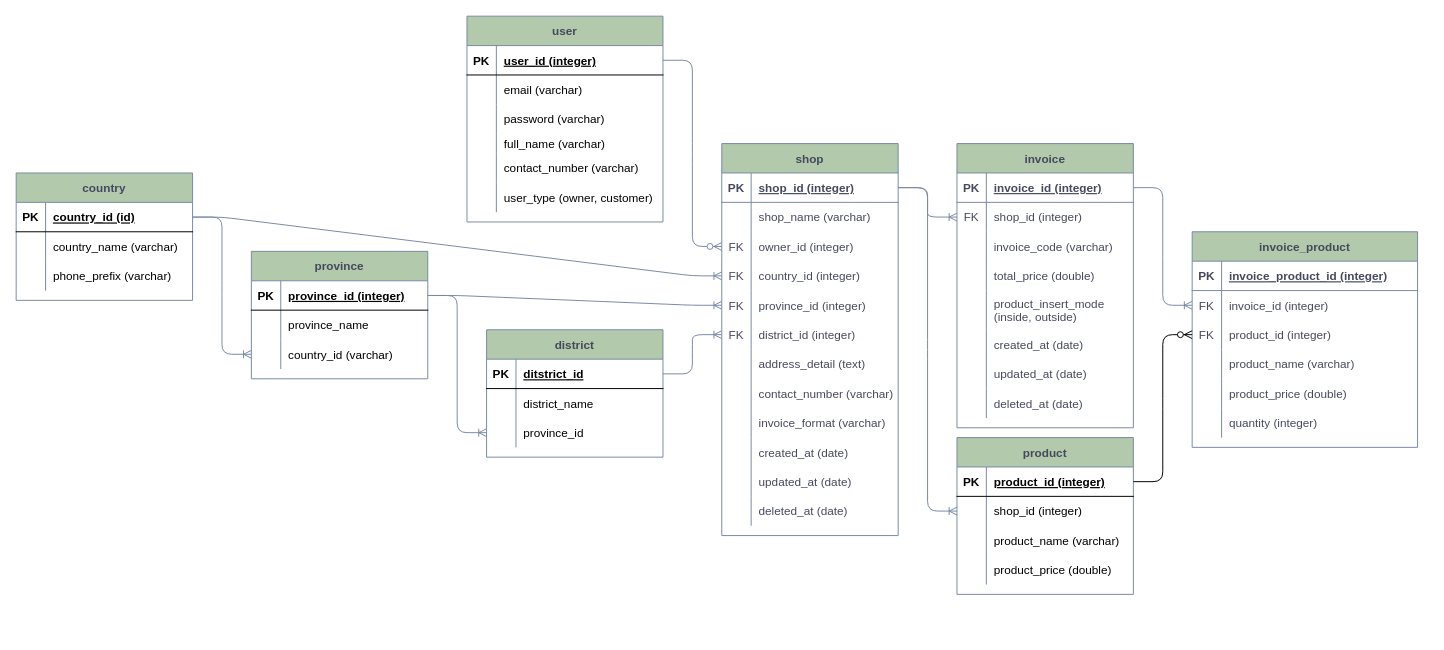
Earlier version of the draw.io diagram not-e.drawio (mrandi96/side_projects). Source tidied: cells renumbered, new cells numbered last; positions are measured from the earlier drawing's top-left corner, leaving out a move shared by most shapes. Both pictures are drawn from the tidied source at 98%, with x=0, y=0 at pixel (16, 16).
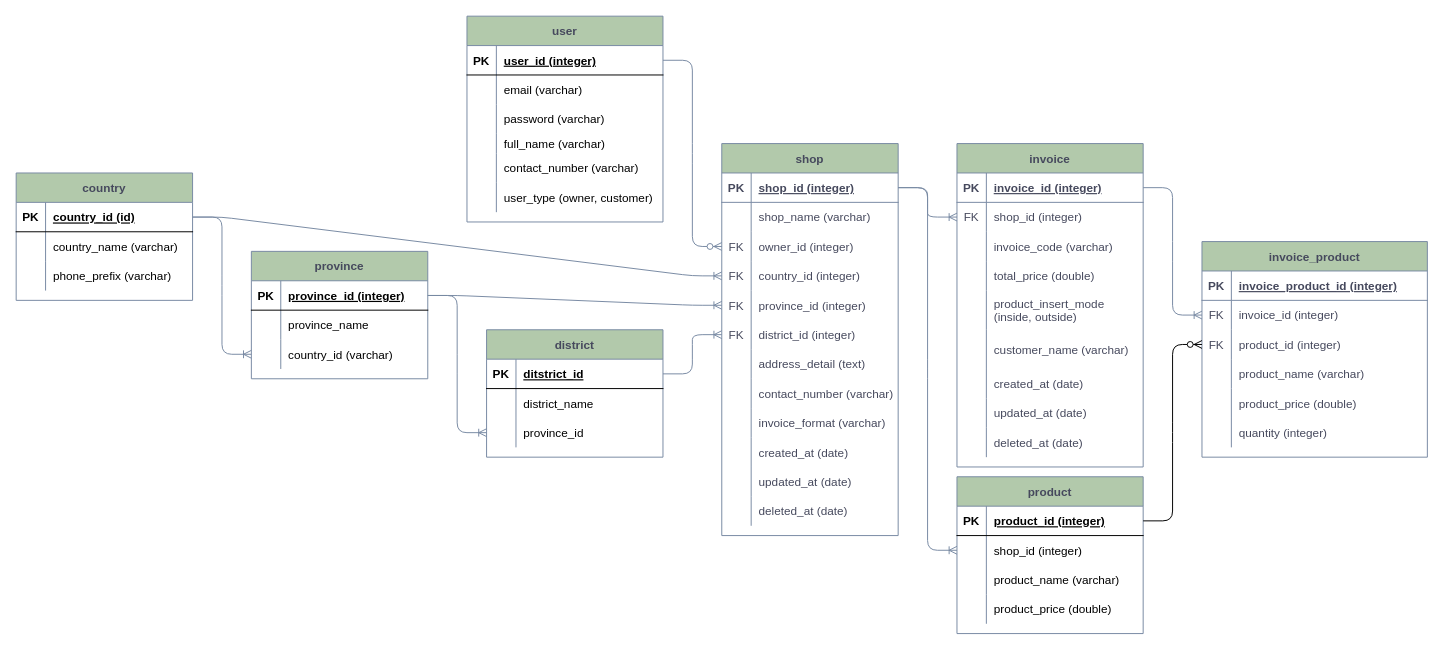
Above is the later version.

Diff of the diagram source:
```diff
@@
     <mxCell id="2" value="invoice" style="shape=table;startSize=30;childLayout=tableLayout;rowLines=0;fontStyle=1;align=center;fillColor=#B2C9AB;strokeColor=#788AA3;fontColor=#46495D;" parent="1" vertex="1">
-      <mxGeometry x="960" y="130" width="180" height="290" as="geometry" />
+      <mxGeometry x="960" y="130" width="190" height="330" as="geometry" />
     </mxCell>
     <mxCell id="3" style="shape=partialRectangle;fillColor=none;top=0;left=0;bottom=1;right=0;points=[[0,0.5],[1,0.5]];portConstraint=eastwest;strokeColor=#788AA3;fontColor=#46495D;" parent="2" vertex="1">
-      <mxGeometry y="30" width="180" height="30" as="geometry" />
+      <mxGeometry y="30" width="190" height="30" as="geometry" />
     </mxCell>
@@
     <mxCell id="5" value="invoice_id (integer)" style="shape=partialRectangle;fillColor=none;top=0;left=0;bottom=0;right=0;align=left;spacingLeft=6;fontStyle=5;overflow=hidden;strokeColor=#788AA3;fontColor=#46495D;" parent="3" vertex="1">
-      <mxGeometry x="30" width="150" height="30" as="geometry" />
+      <mxGeometry x="30" width="160" height="30" as="geometry" />
     </mxCell>
     <mxCell id="6" style="shape=partialRectangle;fillColor=none;top=0;left=0;bottom=0;right=0;points=[[0,0.5],[1,0.5]];portConstraint=eastwest;strokeColor=#788AA3;fontColor=#46495D;" parent="2" vertex="1">
-      <mxGeometry y="60" width="180" height="30" as="geometry" />
+      <mxGeometry y="60" width="190" height="30" as="geometry" />
     </mxCell>
@@
     <mxCell id="8" value="shop_id (integer)" style="shape=partialRectangle;fillColor=none;top=0;left=0;bottom=0;right=0;align=left;spacingLeft=6;overflow=hidden;strokeColor=#788AA3;fontColor=#46495D;" parent="6" vertex="1">
-      <mxGeometry x="30" width="150" height="30" as="geometry" />
+      <mxGeometry x="30" width="160" height="30" as="geometry" />
     </mxCell>
     <mxCell id="9" style="shape=partialRectangle;fillColor=none;top=0;left=0;bottom=0;right=0;strokeColor=#788AA3;fontColor=#46495D;" parent="2" vertex="1">
-      <mxGeometry y="90" width="180" height="30" as="geometry" />
+      <mxGeometry y="90" width="190" height="30" as="geometry" />
     </mxCell>
@@
     <mxCell id="11" value="invoice_code (varchar)" style="shape=partialRectangle;fillColor=none;top=0;left=0;bottom=0;right=0;align=left;spacingLeft=6;overflow=hidden;strokeColor=#788AA3;fontColor=#46495D;" parent="9" vertex="1">
-      <mxGeometry x="30" width="150" height="30" as="geometry" />
+      <mxGeometry x="30" width="160" height="30" as="geometry" />
     </mxCell>
     <mxCell id="12" style="shape=partialRectangle;fillColor=none;top=0;left=0;bottom=0;right=0;strokeColor=#788AA3;fontColor=#46495D;" parent="2" vertex="1">
-      <mxGeometry y="120" width="180" height="30" as="geometry" />
+      <mxGeometry y="120" width="190" height="30" as="geometry" />
     </mxCell>
@@
     <mxCell id="14" value="total_price (double)" style="shape=partialRectangle;fillColor=none;top=0;left=0;bottom=0;right=0;align=left;spacingLeft=6;overflow=hidden;strokeColor=#788AA3;fontColor=#46495D;" parent="12" vertex="1">
-      <mxGeometry x="30" width="150" height="30" as="geometry" />
+      <mxGeometry x="30" width="160" height="30" as="geometry" />
     </mxCell>
     <mxCell id="15" style="shape=partialRectangle;fillColor=none;top=0;left=0;bottom=0;right=0;strokeColor=#788AA3;fontColor=#46495D;" parent="2" vertex="1">
-      <mxGeometry y="150" width="180" height="40" as="geometry" />
+      <mxGeometry y="150" width="190" height="40" as="geometry" />
     </mxCell>
@@
     <mxCell id="17" value="product_insert_mode&#10;(inside, outside)" style="shape=partialRectangle;fillColor=none;top=0;left=0;bottom=0;right=0;align=left;spacingLeft=6;overflow=hidden;strokeColor=#788AA3;fontColor=#46495D;" parent="15" vertex="1">
-      <mxGeometry x="30" width="150" height="40" as="geometry" />
+      <mxGeometry x="30" width="160" height="40" as="geometry" />
     </mxCell>
+    <mxCell id="155" style="shape=partialRectangle;fillColor=none;top=0;left=0;bottom=0;right=0;strokeColor=#788AA3;fontColor=#46495D;" parent="2" vertex="1">
+      <mxGeometry y="190" width="190" height="40" as="geometry" />
+    </mxCell>
+    <mxCell id="156" style="shape=partialRectangle;fillColor=none;top=0;left=0;bottom=0;right=0;overflow=hidden;strokeColor=#788AA3;fontColor=#46495D;" parent="155" vertex="1">
+      <mxGeometry width="30" height="40" as="geometry" />
+    </mxCell>
+    <mxCell id="157" value="customer_name (varchar)" style="shape=partialRectangle;fillColor=none;top=0;left=0;bottom=0;right=0;align=left;spacingLeft=6;overflow=hidden;strokeColor=#788AA3;fontColor=#46495D;" parent="155" vertex="1">
+      <mxGeometry x="30" width="160" height="40" as="geometry" />
+    </mxCell>
     <mxCell id="18" style="shape=partialRectangle;fillColor=none;top=0;left=0;bottom=0;right=0;strokeColor=#788AA3;fontColor=#46495D;" parent="2" vertex="1">
-      <mxGeometry y="190" width="180" height="30" as="geometry" />
+      <mxGeometry y="230" width="190" height="30" as="geometry" />
     </mxCell>
@@
     <mxCell id="20" value="created_at (date)" style="shape=partialRectangle;fillColor=none;top=0;left=0;bottom=0;right=0;align=left;spacingLeft=6;overflow=hidden;strokeColor=#788AA3;fontColor=#46495D;" parent="18" vertex="1">
-      <mxGeometry x="30" width="150" height="30" as="geometry" />
+      <mxGeometry x="30" width="160" height="30" as="geometry" />
     </mxCell>
     <mxCell id="21" style="shape=partialRectangle;fillColor=none;top=0;left=0;bottom=0;right=0;strokeColor=#788AA3;fontColor=#46495D;" parent="2" vertex="1">
-      <mxGeometry y="220" width="180" height="30" as="geometry" />
+      <mxGeometry y="260" width="190" height="30" as="geometry" />
     </mxCell>
@@
     <mxCell id="23" value="updated_at (date)" style="shape=partialRectangle;fillColor=none;top=0;left=0;bottom=0;right=0;align=left;spacingLeft=6;overflow=hidden;strokeColor=#788AA3;fontColor=#46495D;" parent="21" vertex="1">
-      <mxGeometry x="30" width="150" height="30" as="geometry" />
+      <mxGeometry x="30" width="160" height="30" as="geometry" />
     </mxCell>
     <mxCell id="24" style="shape=partialRectangle;fillColor=none;top=0;left=0;bottom=0;right=0;strokeColor=#788AA3;fontColor=#46495D;" parent="2" vertex="1">
-      <mxGeometry y="250" width="180" height="30" as="geometry" />
+      <mxGeometry y="290" width="190" height="30" as="geometry" />
     </mxCell>
@@
     <mxCell id="26" value="deleted_at (date)" style="shape=partialRectangle;fillColor=none;top=0;left=0;bottom=0;right=0;align=left;spacingLeft=6;overflow=hidden;strokeColor=#788AA3;fontColor=#46495D;" parent="24" vertex="1">
-      <mxGeometry x="30" width="150" height="30" as="geometry" />
+      <mxGeometry x="30" width="160" height="30" as="geometry" />
     </mxCell>
     <mxCell id="27" value="invoice_product" style="shape=table;startSize=30;childLayout=tableLayout;rowLines=0;fontStyle=1;align=center;fillColor=#B2C9AB;strokeColor=#788AA3;fontColor=#46495D;" parent="1" vertex="1">
-      <mxGeometry x="1200" y="220" width="230" height="220" as="geometry" />
+      <mxGeometry x="1210" y="230" width="230" height="220" as="geometry" />
     </mxCell>
@@
     <mxCell id="85" value="product" style="shape=table;startSize=30;childLayout=tableLayout;rowLines=0;fontStyle=1;align=center;rounded=0;sketch=0;strokeColor=#788AA3;fillColor=#B2C9AB;fontColor=#46495D;" parent="1" vertex="1">
-      <mxGeometry x="960" y="430" width="180" height="160" as="geometry" />
+      <mxGeometry x="960" y="470" width="190" height="160" as="geometry" />
     </mxCell>
     <mxCell id="86" style="shape=partialRectangle;fillColor=none;top=0;left=0;bottom=1;right=0;points=[[0,0.5],[1,0.5]];portConstraint=eastwest;" parent="85" vertex="1">
-      <mxGeometry y="30" width="180" height="30" as="geometry" />
+      <mxGeometry y="30" width="190" height="30" as="geometry" />
     </mxCell>
@@
     <mxCell id="88" value="product_id (integer)" style="shape=partialRectangle;fillColor=none;top=0;left=0;bottom=0;right=0;align=left;spacingLeft=6;fontStyle=5;overflow=hidden;" parent="86" vertex="1">
-      <mxGeometry x="30" width="150" height="30" as="geometry" />
+      <mxGeometry x="30" width="160" height="30" as="geometry" />
     </mxCell>
     <mxCell id="89" style="shape=partialRectangle;fillColor=none;top=0;left=0;bottom=0;right=0;points=[[0,0.5],[1,0.5]];portConstraint=eastwest;" parent="85" vertex="1">
-      <mxGeometry y="60" width="180" height="30" as="geometry" />
+      <mxGeometry y="60" width="190" height="30" as="geometry" />
     </mxCell>
@@
     <mxCell id="91" value="shop_id (integer)" style="shape=partialRectangle;fillColor=none;top=0;left=0;bottom=0;right=0;align=left;spacingLeft=6;overflow=hidden;" parent="89" vertex="1">
-      <mxGeometry x="30" width="150" height="30" as="geometry" />
+      <mxGeometry x="30" width="160" height="30" as="geometry" />
     </mxCell>
     <mxCell id="92" style="shape=partialRectangle;fillColor=none;top=0;left=0;bottom=0;right=0;" parent="85" vertex="1">
-      <mxGeometry y="90" width="180" height="30" as="geometry" />
+      <mxGeometry y="90" width="190" height="30" as="geometry" />
     </mxCell>
@@
     <mxCell id="94" value="product_name (varchar)" style="shape=partialRectangle;fillColor=none;top=0;left=0;bottom=0;right=0;align=left;spacingLeft=6;overflow=hidden;" parent="92" vertex="1">
-      <mxGeometry x="30" width="150" height="30" as="geometry" />
+      <mxGeometry x="30" width="160" height="30" as="geometry" />
     </mxCell>
     <mxCell id="95" style="shape=partialRectangle;fillColor=none;top=0;left=0;bottom=0;right=0;" parent="85" vertex="1">
-      <mxGeometry y="120" width="180" height="30" as="geometry" />
+      <mxGeometry y="120" width="190" height="30" as="geometry" />
     </mxCell>
@@
     <mxCell id="97" value="product_price (double)" style="shape=partialRectangle;fillColor=none;top=0;left=0;bottom=0;right=0;align=left;spacingLeft=6;overflow=hidden;" parent="95" vertex="1">
-      <mxGeometry x="30" width="150" height="30" as="geometry" />
+      <mxGeometry x="30" width="160" height="30" as="geometry" />
     </mxCell>
```
